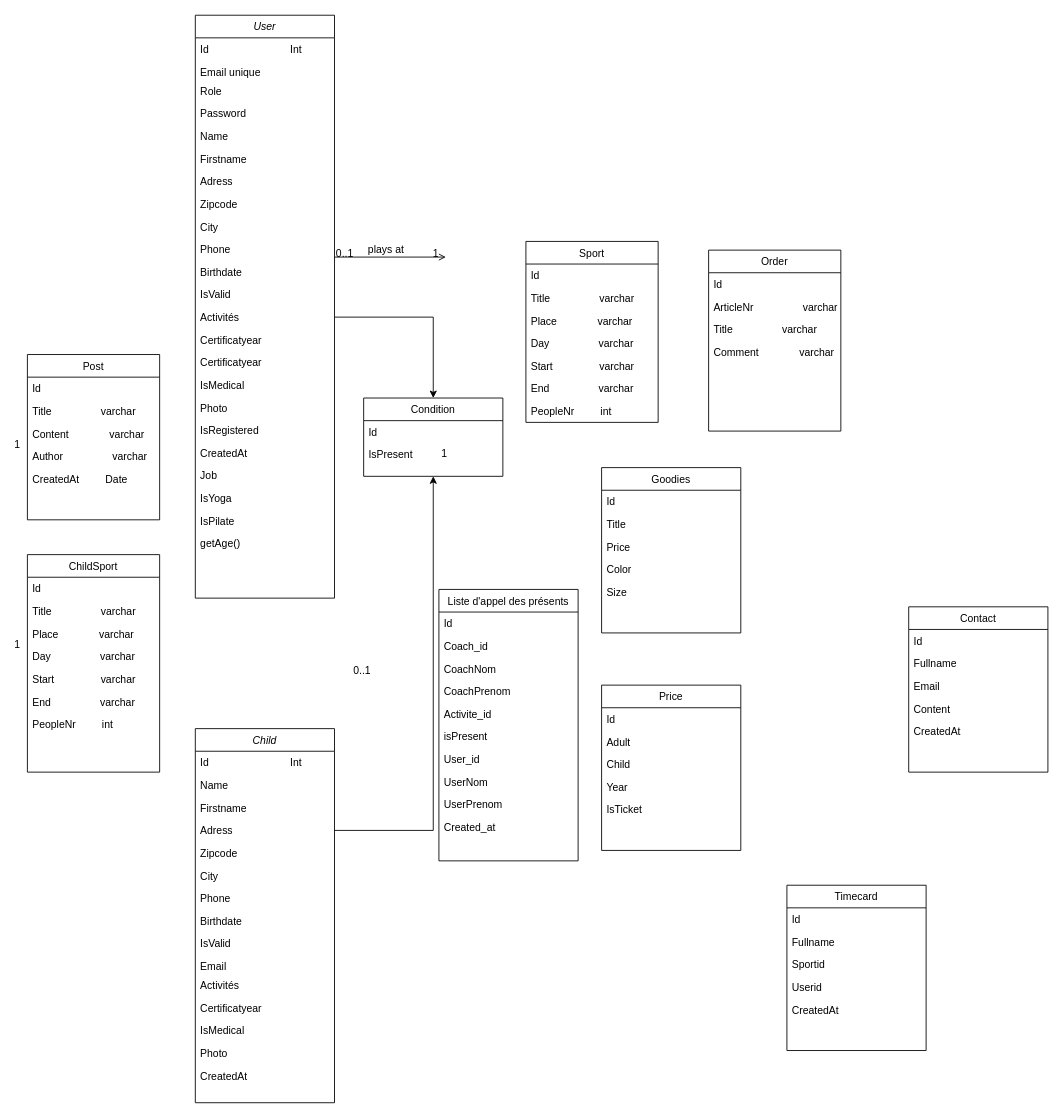
cyrisa02/diagrammes-UML keeps this draw.io diagram as asdec/Diagramme de classe bon.drawio. Above is the earlier version. Source tidied: cells renumbered, new cells numbered last; positions are measured from the earlier drawing's top-left corner, leaving out a move shared by most shapes. Both pictures are drawn from the tidied source at 87%, with x=0, y=0 at pixel (21, 15).
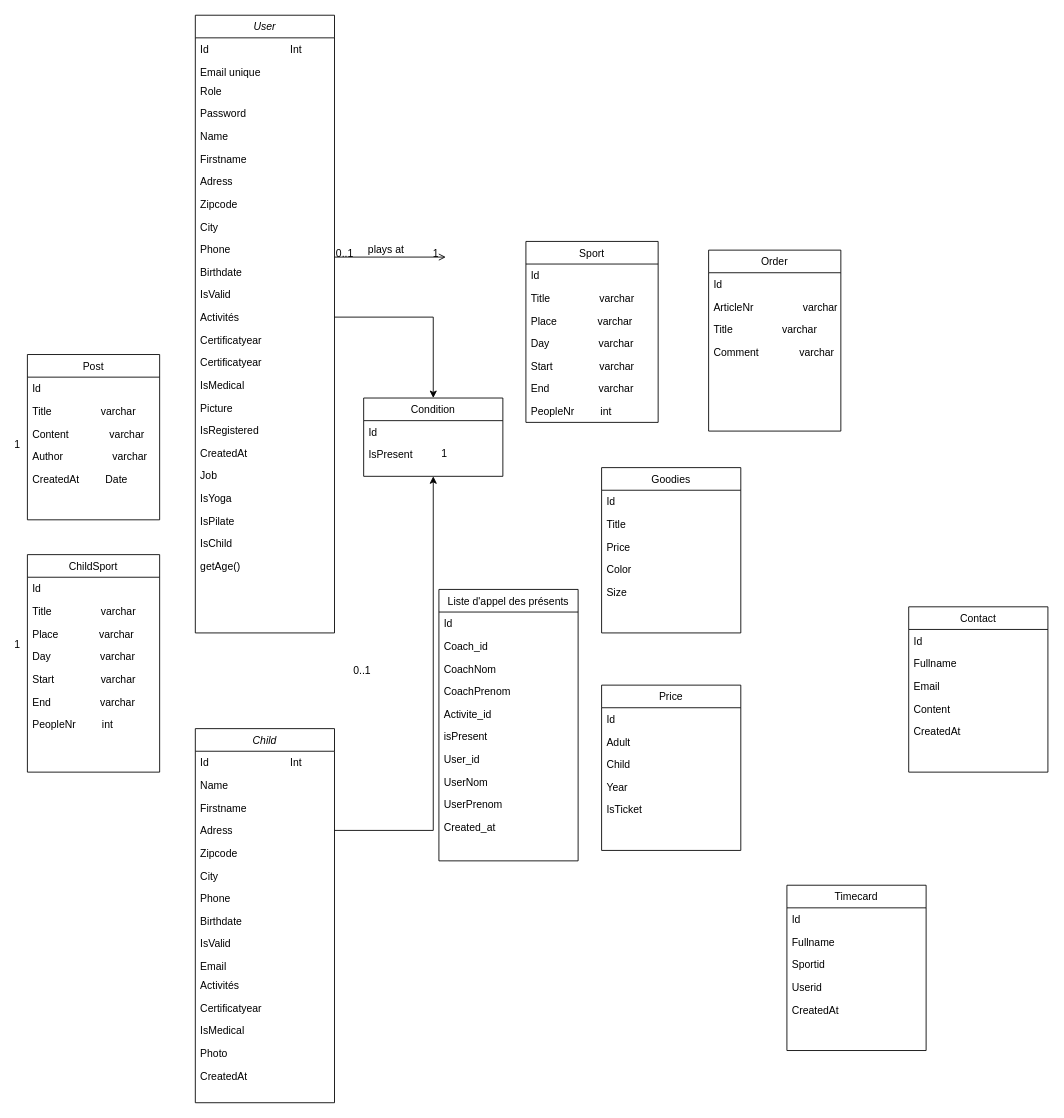
After the change.

Commit message:
Mettre à jour Diagramme de classe bon.drawio

Change to the diagram source:
```diff
@@
     <mxCell id="2" value="User" style="swimlane;fontStyle=2;align=center;verticalAlign=top;horizontal=1;startSize=26;rounded=0;shadow=0;strokeWidth=1;" parent="1" vertex="1">
-      <mxGeometry x="200" width="160" height="670" as="geometry" />
+      <mxGeometry x="200" width="160" height="710" as="geometry" />
     </mxCell>
@@
-    <mxCell id="19" value="Photo" style="text;align=left;verticalAlign=top;spacingLeft=4;spacingRight=4;overflow=hidden;" parent="2" vertex="1">
+    <mxCell id="19" value="Picture" style="text;align=left;verticalAlign=top;spacingLeft=4;spacingRight=4;overflow=hidden;" parent="2" vertex="1">
       <mxGeometry y="438" width="160" height="26" as="geometry" />
     </mxCell>
@@
+    <mxCell id="117" value="IsChild" style="text;align=left;verticalAlign=top;spacingLeft=4;spacingRight=4;overflow=hidden;" parent="2" vertex="1">
+      <mxGeometry y="594" width="160" height="26" as="geometry" />
+    </mxCell>
     <mxCell id="25" value="getAge()" style="text;align=left;verticalAlign=top;spacingLeft=4;spacingRight=4;overflow=hidden;" parent="2" vertex="1">
-      <mxGeometry y="594" width="160" height="26" as="geometry" />
+      <mxGeometry y="620" width="160" height="26" as="geometry" />
     </mxCell>
```
